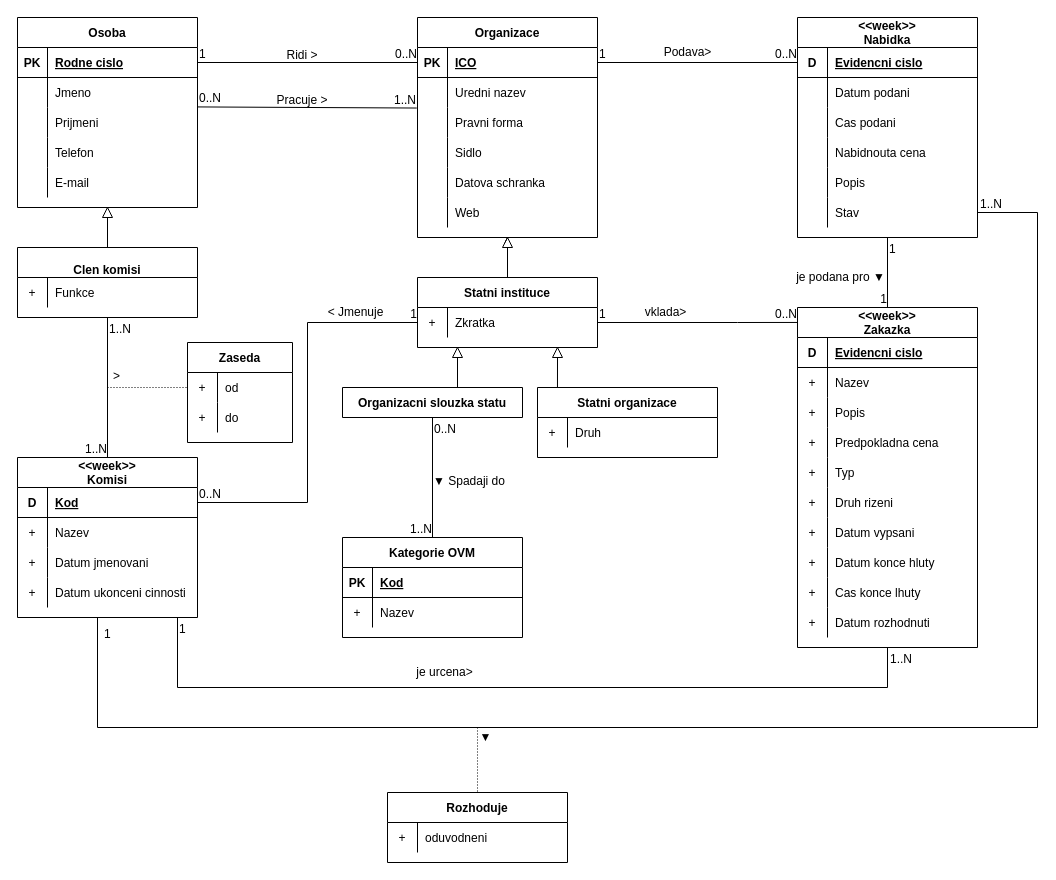
This is Диаграмма без названия.drawio from xshche05/IUS, a draw.io file, before an edit. Source tidied: cells renumbered, new cells numbered last; positions are measured from the earlier drawing's top-left corner, leaving out a move shared by most shapes. Both pictures are drawn from the tidied source at 100%, with x=0, y=0 at pixel (17, 17).
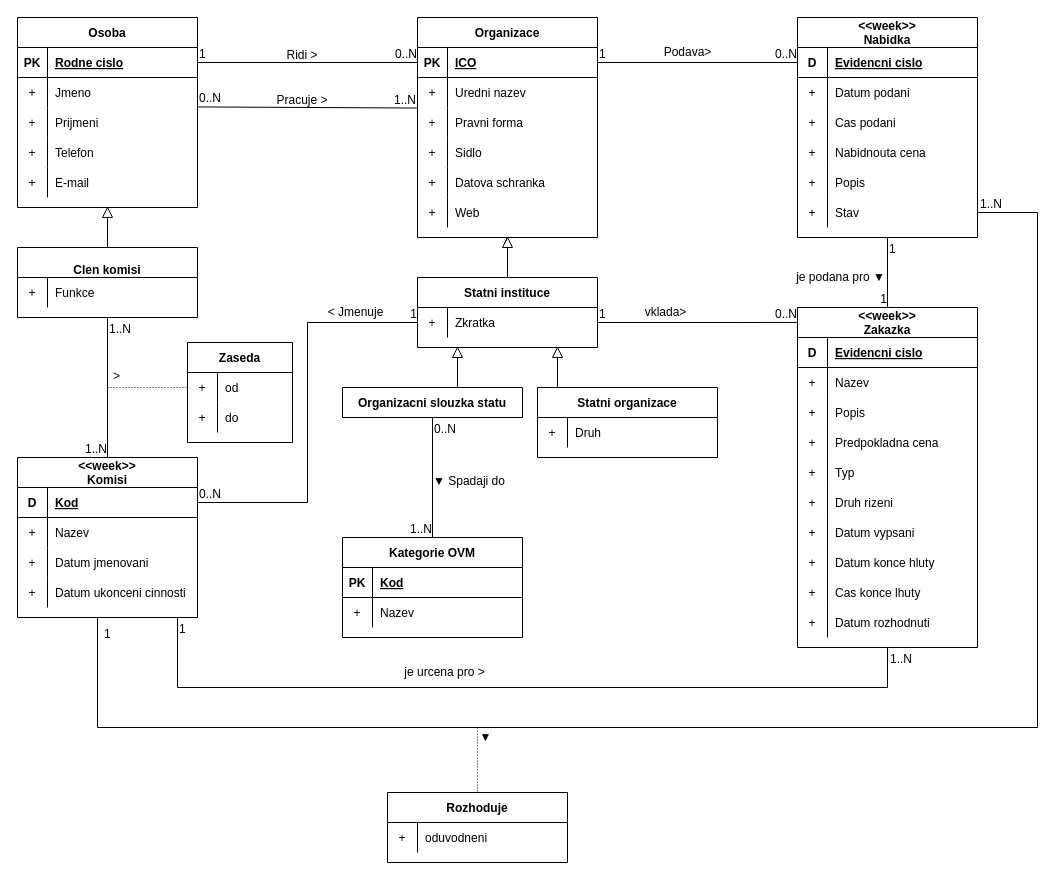
The same diagram, later.

Unchanged cells that the change refers to:
```xml
<mxCell id="6" style="shape=tableRow;horizontal=0;startSize=0;swimlaneHead=0;swimlaneBody=0;fillColor=none;points=[[0,0.5],[1,0.5]];portConstraint=eastwest;top=0;left=0;right=0;bottom=0;" parent="2" vertex="1">
  <mxGeometry y="60" width="180" height="30" as="geometry" />
</mxCell>
<mxCell id="9" style="shape=tableRow;horizontal=0;startSize=0;swimlaneHead=0;swimlaneBody=0;fillColor=none;top=0;left=0;right=0;bottom=0;" parent="2" vertex="1">
  <mxGeometry y="90" width="180" height="30" as="geometry" />
</mxCell>
<mxCell id="12" style="shape=tableRow;horizontal=0;startSize=0;swimlaneHead=0;swimlaneBody=0;fillColor=none;top=0;left=0;right=0;bottom=0;" parent="2" vertex="1">
  <mxGeometry y="120" width="180" height="30" as="geometry" />
</mxCell>
<mxCell id="15" style="shape=tableRow;horizontal=0;startSize=0;swimlaneHead=0;swimlaneBody=0;fillColor=none;top=0;left=0;right=0;bottom=0;" parent="2" vertex="1">
  <mxGeometry y="150" width="180" height="30" as="geometry" />
</mxCell>
<mxCell id="22" style="shape=tableRow;horizontal=0;startSize=0;swimlaneHead=0;swimlaneBody=0;fillColor=none;points=[[0,0.5],[1,0.5]];portConstraint=eastwest;top=0;left=0;right=0;bottom=0;" parent="18" vertex="1">
  <mxGeometry y="60" width="180" height="30" as="geometry" />
</mxCell>
<mxCell id="25" style="shape=tableRow;horizontal=0;startSize=0;swimlaneHead=0;swimlaneBody=0;fillColor=none;top=0;left=0;right=0;bottom=0;" parent="18" vertex="1">
  <mxGeometry y="90" width="180" height="30" as="geometry" />
</mxCell>
<mxCell id="28" style="shape=tableRow;horizontal=0;startSize=0;swimlaneHead=0;swimlaneBody=0;fillColor=none;top=0;left=0;right=0;bottom=0;" parent="18" vertex="1">
  <mxGeometry y="120" width="180" height="30" as="geometry" />
</mxCell>
<mxCell id="31" style="shape=tableRow;horizontal=0;startSize=0;swimlaneHead=0;swimlaneBody=0;fillColor=none;top=0;left=0;right=0;bottom=0;" parent="18" vertex="1">
  <mxGeometry y="150" width="180" height="30" as="geometry" />
</mxCell>
<mxCell id="34" style="shape=tableRow;horizontal=0;startSize=0;swimlaneHead=0;swimlaneBody=0;fillColor=none;top=0;left=0;right=0;bottom=0;" parent="18" vertex="1">
  <mxGeometry y="180" width="180" height="30" as="geometry" />
</mxCell>
<mxCell id="154" style="shape=tableRow;horizontal=0;startSize=0;swimlaneHead=0;swimlaneBody=0;fillColor=none;top=0;left=0;right=0;bottom=0;" parent="150" vertex="1">
  <mxGeometry y="60" width="180" height="30" as="geometry" />
</mxCell>
<mxCell id="157" style="shape=tableRow;horizontal=0;startSize=0;swimlaneHead=0;swimlaneBody=0;fillColor=none;top=0;left=0;right=0;bottom=0;" parent="150" vertex="1">
  <mxGeometry y="90" width="180" height="30" as="geometry" />
</mxCell>
<mxCell id="160" style="shape=tableRow;horizontal=0;startSize=0;swimlaneHead=0;swimlaneBody=0;fillColor=none;top=0;left=0;right=0;bottom=0;" parent="150" vertex="1">
  <mxGeometry y="120" width="180" height="30" as="geometry" />
</mxCell>
<mxCell id="163" style="shape=tableRow;horizontal=0;startSize=0;swimlaneHead=0;swimlaneBody=0;fillColor=none;top=0;left=0;right=0;bottom=0;" parent="150" vertex="1">
  <mxGeometry y="150" width="180" height="30" as="geometry" />
</mxCell>
<mxCell id="166" style="shape=tableRow;horizontal=0;startSize=0;swimlaneHead=0;swimlaneBody=0;fillColor=none;points=[[0,0.5],[1,0.5]];portConstraint=eastwest;top=0;left=0;right=0;bottom=0;" parent="150" vertex="1">
  <mxGeometry y="180" width="180" height="30" as="geometry" />
</mxCell>
```

Change to the diagram source:
```diff
@@
-    <mxCell id="7" style="shape=partialRectangle;fillColor=none;top=0;left=0;bottom=0;right=0;overflow=hidden;" parent="6" vertex="1">
+    <mxCell id="7" value="+" style="shape=partialRectangle;fillColor=none;top=0;left=0;bottom=0;right=0;overflow=hidden;" parent="6" vertex="1">
       <mxGeometry width="30" height="30" as="geometry" />
     </mxCell>
@@
-    <mxCell id="10" style="shape=partialRectangle;fillColor=none;top=0;left=0;bottom=0;right=0;overflow=hidden;" parent="9" vertex="1">
+    <mxCell id="10" value="+" style="shape=partialRectangle;fillColor=none;top=0;left=0;bottom=0;right=0;overflow=hidden;" parent="9" vertex="1">
       <mxGeometry width="30" height="30" as="geometry" />
     </mxCell>
@@
-    <mxCell id="13" style="shape=partialRectangle;fillColor=none;top=0;left=0;bottom=0;right=0;overflow=hidden;" parent="12" vertex="1">
+    <mxCell id="13" value="+" style="shape=partialRectangle;fillColor=none;top=0;left=0;bottom=0;right=0;overflow=hidden;" parent="12" vertex="1">
       <mxGeometry width="30" height="30" as="geometry" />
     </mxCell>
@@
-    <mxCell id="16" style="shape=partialRectangle;fillColor=none;top=0;left=0;bottom=0;right=0;overflow=hidden;" parent="15" vertex="1">
+    <mxCell id="16" value="+" style="shape=partialRectangle;fillColor=none;top=0;left=0;bottom=0;right=0;overflow=hidden;" parent="15" vertex="1">
       <mxGeometry width="30" height="30" as="geometry" />
     </mxCell>
@@
-    <mxCell id="23" style="shape=partialRectangle;fillColor=none;top=0;left=0;bottom=0;right=0;overflow=hidden;" parent="22" vertex="1">
+    <mxCell id="23" value="+" style="shape=partialRectangle;fillColor=none;top=0;left=0;bottom=0;right=0;overflow=hidden;" parent="22" vertex="1">
       <mxGeometry width="30" height="30" as="geometry" />
     </mxCell>
@@
-    <mxCell id="26" style="shape=partialRectangle;fillColor=none;top=0;left=0;bottom=0;right=0;overflow=hidden;" parent="25" vertex="1">
+    <mxCell id="26" value="+" style="shape=partialRectangle;fillColor=none;top=0;left=0;bottom=0;right=0;overflow=hidden;" parent="25" vertex="1">
       <mxGeometry width="30" height="30" as="geometry" />
     </mxCell>
@@
-    <mxCell id="29" style="shape=partialRectangle;fillColor=none;top=0;left=0;bottom=0;right=0;overflow=hidden;" parent="28" vertex="1">
+    <mxCell id="29" value="+" style="shape=partialRectangle;fillColor=none;top=0;left=0;bottom=0;right=0;overflow=hidden;" parent="28" vertex="1">
       <mxGeometry width="30" height="30" as="geometry" />
     </mxCell>
@@
-    <mxCell id="32" style="shape=partialRectangle;fillColor=none;top=0;left=0;bottom=0;right=0;overflow=hidden;" parent="31" vertex="1">
+    <mxCell id="32" value="+" style="shape=partialRectangle;fillColor=none;top=0;left=0;bottom=0;right=0;overflow=hidden;" parent="31" vertex="1">
       <mxGeometry width="30" height="30" as="geometry" />
     </mxCell>
@@
-    <mxCell id="35" style="shape=partialRectangle;fillColor=none;top=0;left=0;bottom=0;right=0;overflow=hidden;" parent="34" vertex="1">
+    <mxCell id="35" value="+" style="shape=partialRectangle;fillColor=none;top=0;left=0;bottom=0;right=0;overflow=hidden;" parent="34" vertex="1">
       <mxGeometry width="30" height="30" as="geometry" />
     </mxCell>
@@
-    <mxCell id="149" value="je urcena&amp;gt;" style="text;html=1;align=center;verticalAlign=middle;strokeColor=none;fillColor=none;" parent="1" vertex="1">
-      <mxGeometry x="389" y="640" width="75" height="30" as="geometry" />
+    <mxCell id="149" value="je urcena pro &amp;gt;" style="text;html=1;align=center;verticalAlign=middle;strokeColor=none;fillColor=none;" parent="1" vertex="1">
+      <mxGeometry x="377" y="640" width="100" height="30" as="geometry" />
     </mxCell>
@@
-    <mxCell id="155" style="shape=partialRectangle;fillColor=none;top=0;left=0;bottom=0;right=0;overflow=hidden;" parent="154" vertex="1">
+    <mxCell id="155" value="+" style="shape=partialRectangle;fillColor=none;top=0;left=0;bottom=0;right=0;overflow=hidden;" parent="154" vertex="1">
       <mxGeometry width="30" height="30" as="geometry" />
     </mxCell>
@@
-    <mxCell id="158" style="shape=partialRectangle;fillColor=none;top=0;left=0;bottom=0;right=0;overflow=hidden;" parent="157" vertex="1">
+    <mxCell id="158" value="+" style="shape=partialRectangle;fillColor=none;top=0;left=0;bottom=0;right=0;overflow=hidden;" parent="157" vertex="1">
       <mxGeometry width="30" height="30" as="geometry" />
     </mxCell>
@@
-    <mxCell id="161" style="shape=partialRectangle;fillColor=none;top=0;left=0;bottom=0;right=0;overflow=hidden;" parent="160" vertex="1">
+    <mxCell id="161" value="+" style="shape=partialRectangle;fillColor=none;top=0;left=0;bottom=0;right=0;overflow=hidden;" parent="160" vertex="1">
       <mxGeometry width="30" height="30" as="geometry" />
     </mxCell>
@@
-    <mxCell id="164" style="shape=partialRectangle;fillColor=none;top=0;left=0;bottom=0;right=0;overflow=hidden;" parent="163" vertex="1">
+    <mxCell id="164" value="+" style="shape=partialRectangle;fillColor=none;top=0;left=0;bottom=0;right=0;overflow=hidden;" parent="163" vertex="1">
       <mxGeometry width="30" height="30" as="geometry" />
     </mxCell>
@@
-    <mxCell id="167" style="shape=partialRectangle;fillColor=none;top=0;left=0;bottom=0;right=0;overflow=hidden;" parent="166" vertex="1">
+    <mxCell id="167" value="+" style="shape=partialRectangle;fillColor=none;top=0;left=0;bottom=0;right=0;overflow=hidden;" parent="166" vertex="1">
       <mxGeometry width="30" height="30" as="geometry" />
     </mxCell>
```
